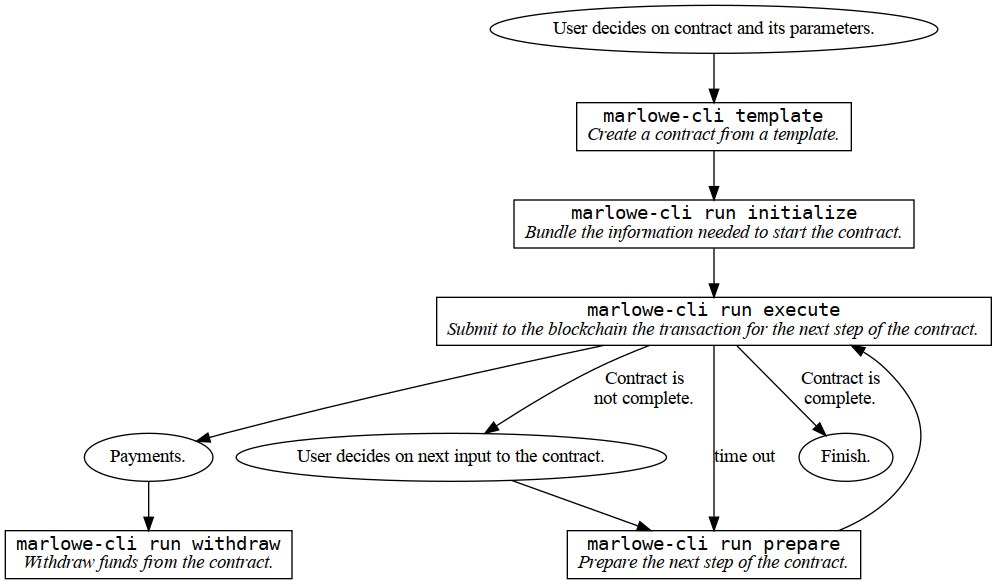
This is diagrams/high-level-concrete.png from input-output-hk/real-world-marlowe, a Graphviz export, as it was before one commit. Its source is kept beside it as diagrams/high-level-concrete.dot.
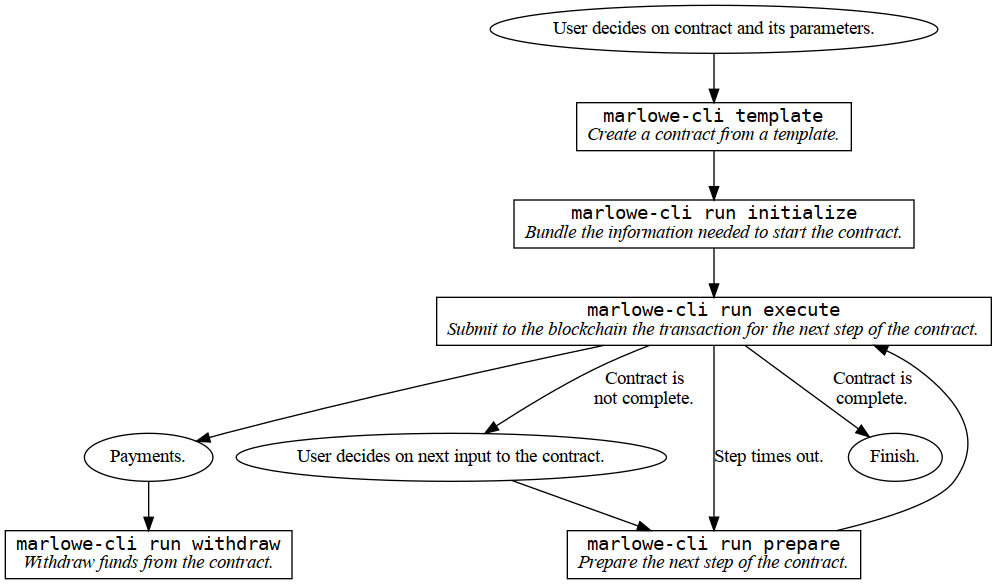
The same file after the commit.

Diff of the diagram source:
```diff
@@ -1,4 +1,4 @@
-digraph MarloweHL {
+digraph HighLevelConcrete {
 
 
 node [shape=box]
@@ -49,7 +49,7 @@
 Execute -> Close [label="Contract is\ncomplete."]
 
 
-Execute -> Prepare [label="time out"]
+Execute -> Prepare [label="Step times out."]
 
 
 }
```
